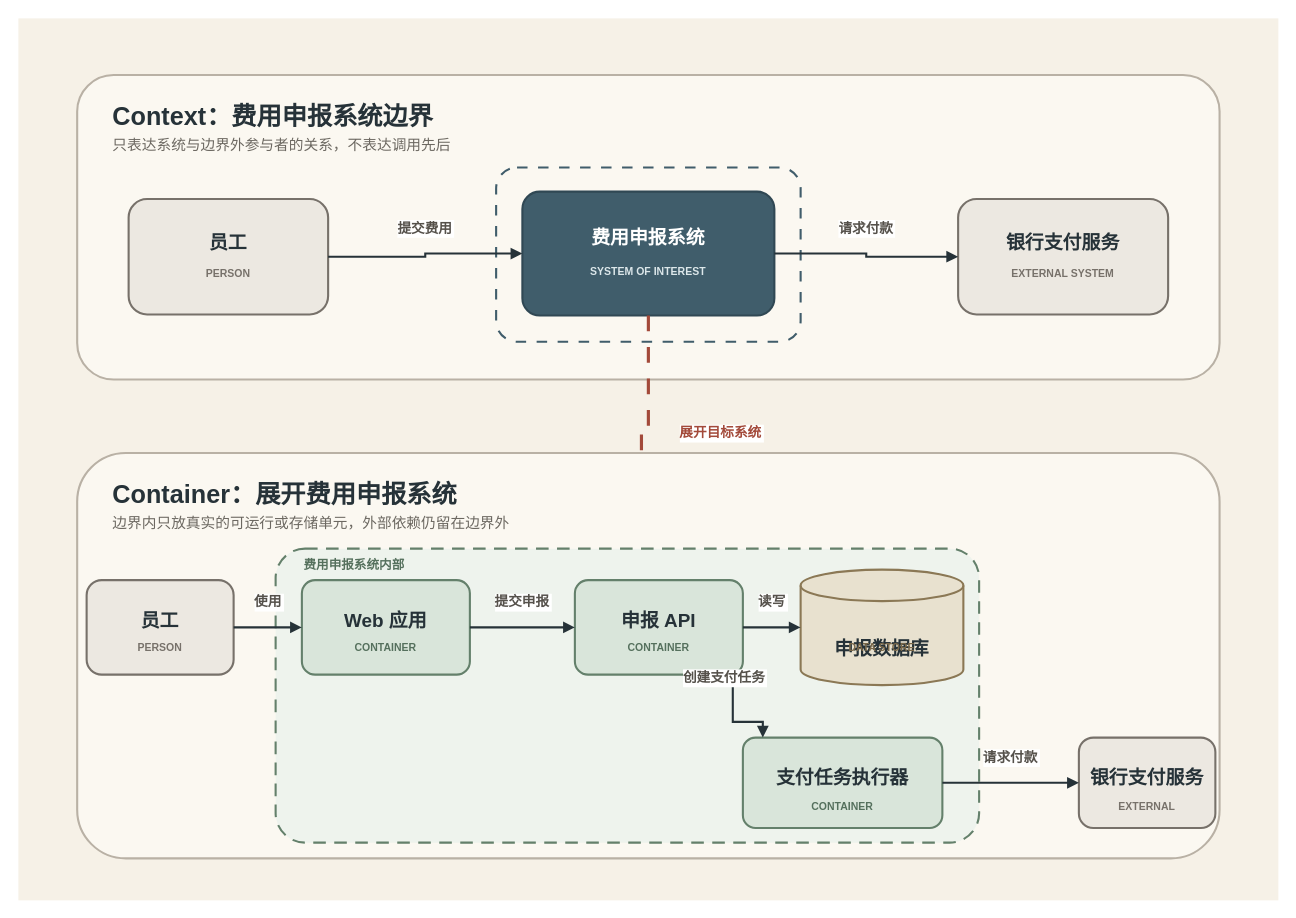
Above: diagrams/mod-02-c4-context-container.drawio in sealday/tego-arch (draw.io), before the change. Source tidied: cells renumbered, new cells numbered last; positions are measured from the earlier drawing's top-left corner, leaving out a move shared by most shapes. Both pictures are drawn from the tidied source at 105%, with x=0, y=0 at pixel (18, 18).
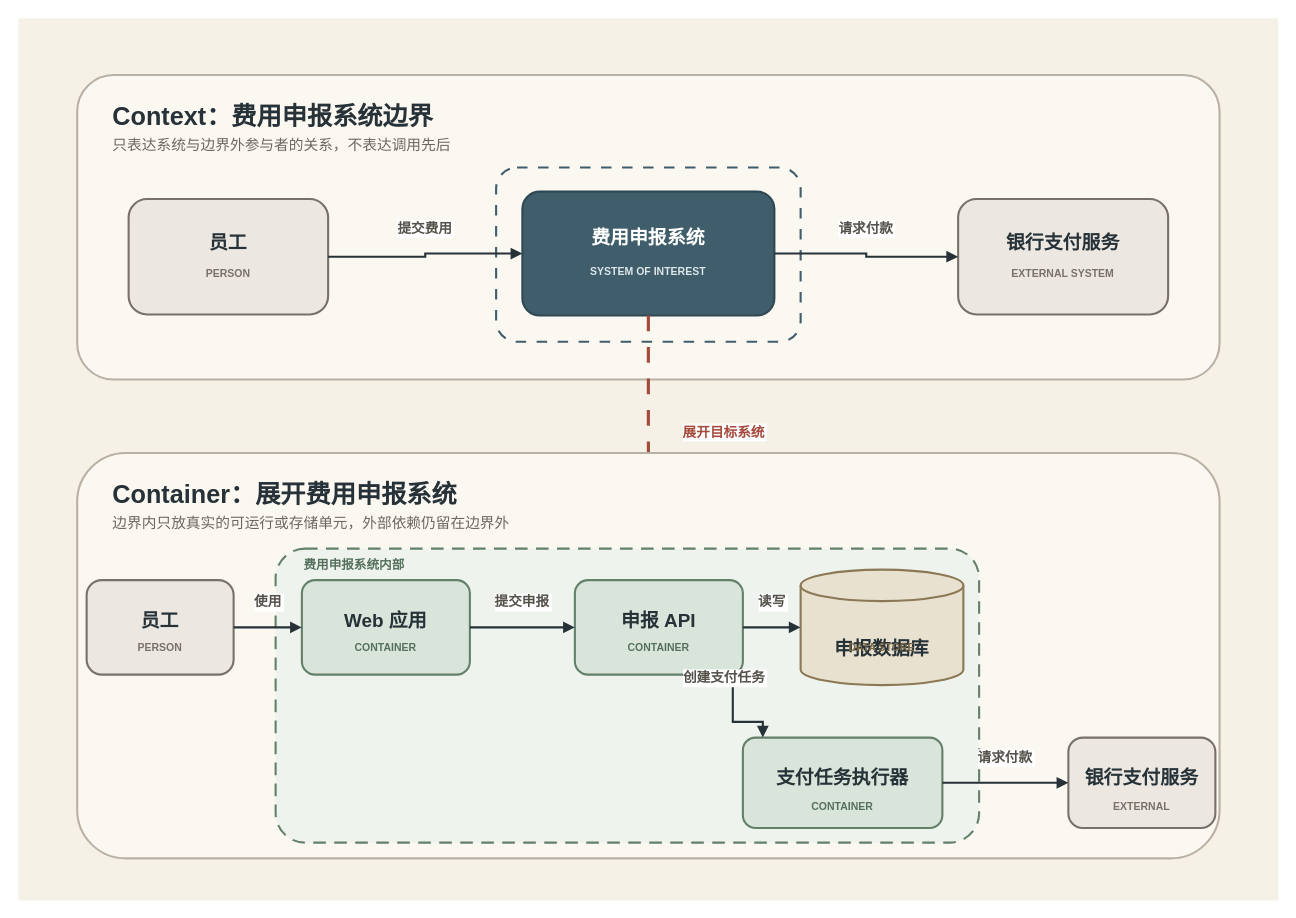
The same diagram, later.

Commit message (it also covers changes not shown here):
fix: finalize drawio clearance geometry

Unchanged cells that the change refers to:
```xml
<mxCell id="9" value="费用申报系统" style="rounded=1;arcSize=14;whiteSpace=wrap;html=0;fillColor=#405D6B;strokeColor=#304854;strokeWidth=2;fontColor=#FFFFFF;fontSize=18;fontStyle=1;verticalAlign=top;spacingTop=27;" parent="1" vertex="1">
  <mxGeometry x="480" y="165" width="240" height="118" as="geometry" />
</mxCell>
<mxCell id="19" style="rounded=1;arcSize=10;whiteSpace=wrap;html=0;fillColor=#EEF3ED;strokeColor=#64806B;strokeWidth=2;dashed=1;dashPattern=6 4;" parent="1" vertex="1">
  <mxGeometry x="245" y="505" width="670" height="280" as="geometry" />
</mxCell>
```

The edit, as a diff of the source:
```diff
@@
-    <mxCell id="15" value="展开目标系统" style="edgeStyle=orthogonalEdgeStyle;rounded=0;jettySize=auto;html=0;strokeColor=#A34A3A;strokeWidth=3;dashed=1;dashPattern=5 5;endArrow=block;endFill=1;fontSize=13;fontStyle=1;fontColor=#A34A3A;exitX=0.5;exitY=1;entryX=0.52;entryY=0;" parent="1" edge="1" source="9" target="19">
+    <mxCell id="15" value="展开目标系统" style="edgeStyle=orthogonalEdgeStyle;rounded=0;jettySize=auto;html=0;strokeColor=#A34A3A;strokeWidth=3;dashed=1;dashPattern=5 5;endArrow=block;endFill=1;fontSize=13;fontStyle=1;fontColor=#A34A3A;exitX=0.5;exitY=1;entryX=0.53;entryY=0;" parent="1" edge="1" source="9" target="19">
       <mxGeometry relative="1" as="geometry">
         <mxPoint x="72" as="offset" />
       </mxGeometry>
     </mxCell>
@@
     <mxCell id="31" value="银行支付服务" style="rounded=1;arcSize=16;whiteSpace=wrap;html=0;fillColor=#ECE8E1;strokeColor=#77716A;strokeWidth=2;fontColor=#263238;fontSize=18;fontStyle=1;verticalAlign=top;spacingTop=22;" parent="1" vertex="1">
-      <mxGeometry x="1010" y="685" width="130" height="86" as="geometry" />
+      <mxGeometry x="1000" y="685" width="140" height="86" as="geometry" />
     </mxCell>
     <mxCell id="32" value="EXTERNAL" style="text;html=0;strokeColor=none;fillColor=none;align=center;verticalAlign=middle;fontFamily=Helvetica;fontSize=10;fontStyle=1;fontColor=#77716A;" parent="1" vertex="1">
-      <mxGeometry x="1030" y="739" width="90" height="22" as="geometry" />
+      <mxGeometry x="1025" y="739" width="90" height="22" as="geometry" />
     </mxCell>
```
